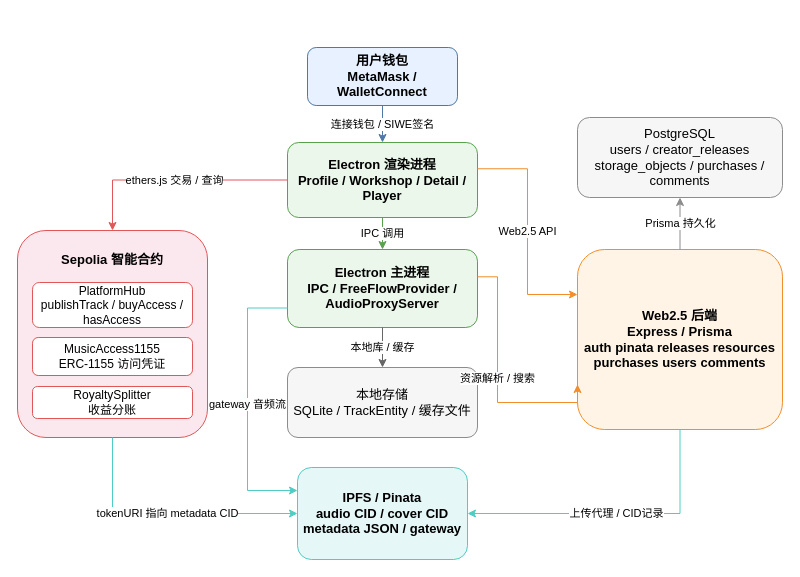
Above: papers/Latex-Mine/figures/system_architecture.drawio in TinkerAC/FreeFlow (draw.io), before the change. Source tidied: cells renumbered, new cells numbered last; positions are measured from the earlier drawing's top-left corner, leaving out a move shared by most shapes. Both pictures are drawn from the tidied source at 100%, with x=0, y=0 at pixel (17, 47).
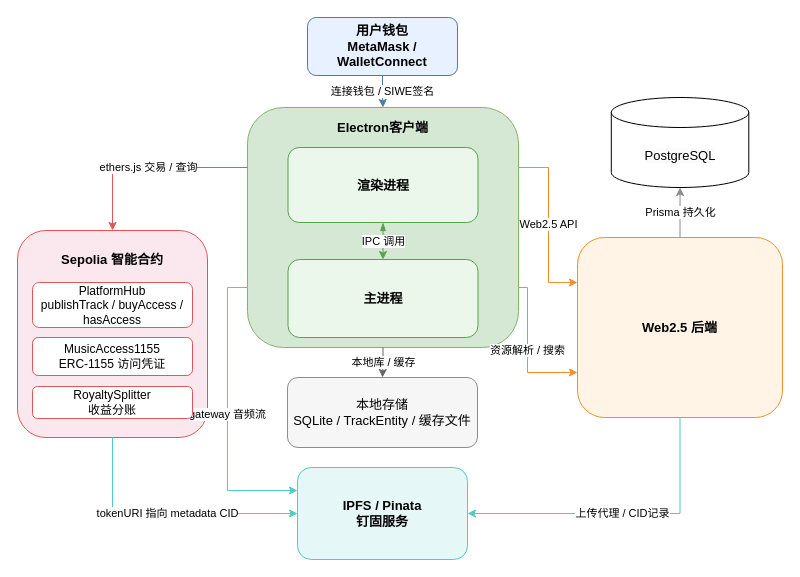
After the change.

The change refers to these unchanged cells:
```xml
<mxCell id="3" value="&lt;span style=&quot;background-color: initial;&quot;&gt;Sepolia 智能合约&lt;/span&gt;" style="rounded=1;whiteSpace=wrap;html=1;fillColor=#FBE8EF;strokeColor=#E15759;fontSize=13;fontStyle=1;spacing=1;spacingTop=-150;" parent="1" vertex="1">
  <mxGeometry y="183" width="190" height="207" as="geometry" />
</mxCell>
```

Change to the diagram source:
```diff
@@
+    <mxCell id="23" value="Electron客户端" style="rounded=1;whiteSpace=wrap;html=1;fillColor=#d5e8d4;strokeColor=#82b366;fontSize=13;fontStyle=1;spacing=1;spacingTop=-200;gradientColor=none;" parent="1" vertex="1">
+      <mxGeometry x="230" y="60" width="271" height="240" as="geometry" />
+    </mxCell>
     <mxCell id="2" value="用户钱包&#10;MetaMask / WalletConnect" style="rounded=1;whiteSpace=wrap;html=1;fillColor=#E8F1FF;strokeColor=#4E79A7;fontSize=13;fontStyle=1;" parent="1" vertex="1">
-      <mxGeometry x="290" width="150" height="58" as="geometry" />
+      <mxGeometry x="290" y="-30" width="150" height="58" as="geometry" />
     </mxCell>
@@
-    <mxCell id="4" value="Electron 渲染进程&lt;br&gt;Profile / Workshop / Detail / Player" style="rounded=1;whiteSpace=wrap;html=1;fillColor=#EAF7EA;strokeColor=#59A14F;fontSize=13;fontStyle=1;" parent="1" vertex="1">
-      <mxGeometry x="270" y="95" width="190" height="75" as="geometry" />
-    </mxCell>
-    <mxCell id="5" value="Electron 主进程&lt;br&gt;IPC / FreeFlowProvider / AudioProxyServer" style="rounded=1;whiteSpace=wrap;html=1;fillColor=#EAF7EA;strokeColor=#59A14F;fontSize=13;fontStyle=1;" parent="1" vertex="1">
-      <mxGeometry x="270" y="202" width="190" height="78" as="geometry" />
+    <mxCell id="5" value="主进程" style="rounded=1;whiteSpace=wrap;html=1;fillColor=#EAF7EA;strokeColor=#59A14F;fontSize=13;fontStyle=1;" parent="1" vertex="1">
+      <mxGeometry x="270.5" y="212" width="190" height="78" as="geometry" />
     </mxCell>
     <mxCell id="6" value="本地存储&#10;SQLite / TrackEntity / 缓存文件" style="rounded=1;whiteSpace=wrap;html=1;fillColor=#F6F6F6;strokeColor=#8C8C8C;fontSize=13;" parent="1" vertex="1">
-      <mxGeometry x="270" y="320" width="190" height="70" as="geometry" />
+      <mxGeometry x="270" y="330" width="190" height="70" as="geometry" />
     </mxCell>
-    <mxCell id="7" value="Web2.5 后端&#10;Express / Prisma&#10;auth pinata releases resources&#10;purchases users comments" style="rounded=1;whiteSpace=wrap;html=1;fillColor=#FFF4E6;strokeColor=#F28E2B;fontSize=13;fontStyle=1;" parent="1" vertex="1">
-      <mxGeometry x="560" y="202" width="205" height="180" as="geometry" />
+    <mxCell id="7" value="Web2.5 后端&lt;br&gt;" style="rounded=1;whiteSpace=wrap;html=1;fillColor=#FFF4E6;strokeColor=#F28E2B;fontSize=13;fontStyle=1;" parent="1" vertex="1">
+      <mxGeometry x="560" y="190" width="205" height="180" as="geometry" />
     </mxCell>
-    <mxCell id="8" value="PostgreSQL&#10;users / creator_releases&#10;storage_objects / purchases / comments" style="rounded=1;whiteSpace=wrap;html=1;fillColor=#F6F6F6;strokeColor=#8C8C8C;fontSize=13;" parent="1" vertex="1">
-      <mxGeometry x="560" y="70" width="205" height="80" as="geometry" />
-    </mxCell>
-    <mxCell id="9" value="IPFS / Pinata&#10;audio CID / cover CID&#10;metadata JSON / gateway" style="rounded=1;whiteSpace=wrap;html=1;fillColor=#E6F7F7;strokeColor=#4ECDC4;fontSize=13;fontStyle=1;" parent="1" vertex="1">
+    <mxCell id="9" value="IPFS / Pinata&lt;br&gt;钉固服务" style="rounded=1;whiteSpace=wrap;html=1;fillColor=#E6F7F7;strokeColor=#4ECDC4;fontSize=13;fontStyle=1;" parent="1" vertex="1">
       <mxGeometry x="280" y="420" width="170" height="92" as="geometry" />
     </mxCell>
-    <mxCell id="10" value="连接钱包 / SIWE签名" style="endArrow=classic;html=1;rounded=0;edgeStyle=orthogonalEdgeStyle;exitX=0.5;exitY=1;entryX=0.5;entryY=0;strokeColor=#4E79A7;fontSize=11;" parent="1" edge="1" source="2" target="4">
+    <mxCell id="10" value="连接钱包 / SIWE签名" style="endArrow=classic;html=1;rounded=0;edgeStyle=orthogonalEdgeStyle;exitX=0.5;exitY=1;entryX=0.5;entryY=0;strokeColor=#4E79A7;fontSize=11;entryDx=0;entryDy=0;" parent="1" edge="1" source="2" target="23">
       <mxGeometry relative="1" as="geometry" />
     </mxCell>
-    <mxCell id="11" value="IPC 调用" style="endArrow=classic;html=1;rounded=0;edgeStyle=orthogonalEdgeStyle;exitX=0.5;exitY=1;entryX=0.5;entryY=0;strokeColor=#59A14F;fontSize=11;" parent="1" edge="1" source="4" target="5">
+    <mxCell id="11" value="IPC 调用" style="endArrow=classic;html=1;rounded=0;edgeStyle=orthogonalEdgeStyle;exitX=0.5;exitY=1;entryX=0.5;entryY=0;strokeColor=#59A14F;fontSize=11;startArrow=blockThin;startFill=1;" parent="1" edge="1" source="4" target="5">
       <mxGeometry relative="1" as="geometry" />
     </mxCell>
-    <mxCell id="12" value="本地库 / 缓存" style="endArrow=classic;html=1;rounded=0;edgeStyle=orthogonalEdgeStyle;exitX=0.5;exitY=1;entryX=0.5;entryY=0;strokeColor=#666666;fontSize=11;" parent="1" edge="1" source="5" target="6">
+    <mxCell id="12" value="本地库 / 缓存" style="endArrow=classic;html=1;rounded=0;edgeStyle=orthogonalEdgeStyle;exitX=0.5;exitY=1;entryX=0.5;entryY=0;strokeColor=#666666;fontSize=11;exitDx=0;exitDy=0;" parent="1" edge="1" source="23" target="6">
       <mxGeometry relative="1" as="geometry" />
     </mxCell>
-    <mxCell id="13" value="Web2.5 API" style="endArrow=classic;html=1;rounded=0;edgeStyle=elbowEdgeStyle;exitX=1;exitY=0.35;entryX=0;entryY=0.25;strokeColor=#F28E2B;fontSize=11;entryDx=0;entryDy=0;" parent="1" edge="1" source="4" target="7">
+    <mxCell id="13" value="Web2.5 API" style="endArrow=classic;html=1;rounded=0;edgeStyle=elbowEdgeStyle;exitX=1;exitY=0.25;entryX=0;entryY=0.25;strokeColor=#F28E2B;fontSize=11;entryDx=0;entryDy=0;exitDx=0;exitDy=0;" parent="1" edge="1" source="23" target="7">
       <mxGeometry relative="1" as="geometry" />
     </mxCell>
-    <mxCell id="14" value="资源解析 / 搜索" style="endArrow=classic;html=1;rounded=0;edgeStyle=orthogonalEdgeStyle;exitX=1;exitY=0.35;entryX=0;entryY=0.75;strokeColor=#F28E2B;fontSize=11;" parent="1" edge="1" source="5" target="7">
+    <mxCell id="14" value="资源解析 / 搜索" style="endArrow=classic;html=1;rounded=0;edgeStyle=orthogonalEdgeStyle;exitX=1;exitY=0.75;entryX=0;entryY=0.75;strokeColor=#F28E2B;fontSize=11;exitDx=0;exitDy=0;" parent="1" edge="1" source="23" target="7">
       <mxGeometry relative="1" as="geometry">
         <Array as="points">
-          <mxPoint x="480" y="229" />
-          <mxPoint x="480" y="355" />
+          <mxPoint x="510" y="240" />
+          <mxPoint x="510" y="325" />
         </Array>
       </mxGeometry>
     </mxCell>
-    <mxCell id="15" value="Prisma 持久化" style="endArrow=classic;html=1;rounded=0;edgeStyle=orthogonalEdgeStyle;exitX=0.5;exitY=0;entryX=0.5;entryY=1;strokeColor=#8C8C8C;fontSize=11;exitDx=0;exitDy=0;entryDx=0;entryDy=0;" parent="1" edge="1" source="7" target="8">
+    <mxCell id="15" value="Prisma 持久化" style="endArrow=classic;html=1;rounded=0;edgeStyle=orthogonalEdgeStyle;exitX=0.5;exitY=0;strokeColor=#8C8C8C;fontSize=11;exitDx=0;exitDy=0;" parent="1" edge="1" source="7" target="24">
       <mxGeometry relative="1" as="geometry" />
     </mxCell>
@@
-    <mxCell id="17" value="gateway 音频流" style="endArrow=classic;html=1;rounded=0;edgeStyle=orthogonalEdgeStyle;exitX=0;exitY=0.75;entryX=0;entryY=0.25;strokeColor=#4ECDC4;fontSize=11;entryDx=0;entryDy=0;exitDx=0;exitDy=0;" parent="1" edge="1" source="5" target="9">
+    <mxCell id="17" value="gateway 音频流" style="endArrow=classic;html=1;rounded=0;edgeStyle=orthogonalEdgeStyle;exitX=0;exitY=0.75;entryX=0;entryY=0.25;strokeColor=#4ECDC4;fontSize=11;entryDx=0;entryDy=0;exitDx=0;exitDy=0;" parent="1" edge="1" source="23" target="9">
       <mxGeometry relative="1" as="geometry">
         <Array as="points">
-          <mxPoint x="230" y="260" />
-          <mxPoint x="230" y="443" />
+          <mxPoint x="210" y="240" />
+          <mxPoint x="210" y="443" />
         </Array>
       </mxGeometry>
     </mxCell>
-    <mxCell id="18" value="ethers.js 交易 / 查询" style="endArrow=classic;html=1;rounded=0;edgeStyle=orthogonalEdgeStyle;exitX=0;exitY=0.5;entryX=0.5;entryY=0;strokeColor=#E15759;fontSize=11;entryDx=0;entryDy=0;exitDx=0;exitDy=0;" parent="1" edge="1" source="4" target="3">
+    <mxCell id="18" value="ethers.js 交易 / 查询" style="endArrow=classic;html=1;rounded=0;edgeStyle=orthogonalEdgeStyle;exitX=0;exitY=0.25;entryX=0.5;entryY=0;strokeColor=#E15759;fontSize=11;entryDx=0;entryDy=0;exitDx=0;exitDy=0;" parent="1" edge="1" source="23" target="3">
       <mxGeometry relative="1" as="geometry" />
     </mxCell>
@@
+    <mxCell id="4" value="渲染进程" style="rounded=1;whiteSpace=wrap;html=1;fillColor=#EAF7EA;strokeColor=#59A14F;fontSize=13;fontStyle=1;" parent="1" vertex="1">
+      <mxGeometry x="270.5" y="100" width="190" height="75" as="geometry" />
+    </mxCell>
+    <mxCell id="24" value="&lt;span style=&quot;color: rgb(0, 0, 0); font-family: Helvetica; font-size: 13px; font-style: normal; font-variant-ligatures: normal; font-variant-caps: normal; font-weight: 400; letter-spacing: normal; orphans: 2; text-align: center; text-indent: 0px; text-transform: none; widows: 2; word-spacing: 0px; -webkit-text-stroke-width: 0px; background-color: rgb(251, 251, 251); text-decoration-thickness: initial; text-decoration-style: initial; text-decoration-color: initial; float: none; display: inline !important;&quot;&gt;PostgreSQL&lt;/span&gt;" style="shape=cylinder3;whiteSpace=wrap;html=1;boundedLbl=1;backgroundOutline=1;size=15;" parent="1" vertex="1">
+      <mxGeometry x="593.8" y="50" width="137.5" height="90" as="geometry" />
+    </mxCell>
```
